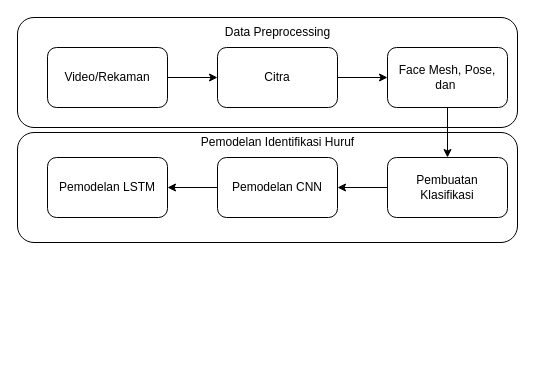
This is metodologi-thesis-v2.drawio from DaffaMage/daffa-diagrams, a draw.io file, before an edit. Source tidied: cells renumbered, new cells numbered last; positions are measured from the earlier drawing's top-left corner, leaving out a move shared by most shapes. Both pictures are drawn from the tidied source at 100%, with x=0, y=0 at pixel (17, 17).
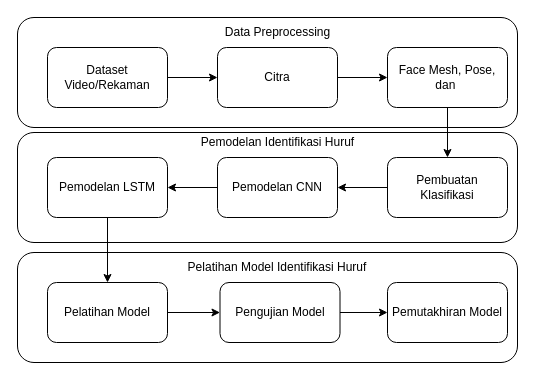
The same diagram, later.

The change refers to these unchanged cells:
```xml
<mxCell id="14" value="Pemodelan LSTM" style="rounded=1;whiteSpace=wrap;html=1;" parent="1" vertex="1">
  <mxGeometry x="30" y="140" width="120" height="60" as="geometry" />
</mxCell>
```

Change to the diagram source:
```diff
@@
+    <mxCell id="17" style="rounded=1;whiteSpace=wrap;html=1;" parent="1" vertex="1">
+      <mxGeometry y="235" width="500" height="110" as="geometry" />
+    </mxCell>
@@
-    <mxCell id="5" value="Video/Rekaman" style="rounded=1;whiteSpace=wrap;html=1;" parent="1" vertex="1">
+    <mxCell id="5" value="Dataset Video/Rekaman" style="rounded=1;whiteSpace=wrap;html=1;" parent="1" vertex="1">
       <mxGeometry x="30" y="30" width="120" height="60" as="geometry" />
     </mxCell>
@@
+    <mxCell id="18" style="edgeStyle=orthogonalEdgeStyle;rounded=0;jettySize=auto;html=1;" parent="1" edge="1" source="14" target="20">
+      <mxGeometry relative="1" as="geometry" />
+    </mxCell>
@@
+    <mxCell id="19" style="edgeStyle=orthogonalEdgeStyle;rounded=0;jettySize=auto;html=1;" parent="1" edge="1" source="20" target="23">
+      <mxGeometry relative="1" as="geometry" />
+    </mxCell>
+    <mxCell id="20" value="Pelatihan Model" style="rounded=1;whiteSpace=wrap;html=1;" parent="1" vertex="1">
+      <mxGeometry x="30" y="265" width="120" height="60" as="geometry" />
+    </mxCell>
+    <mxCell id="21" value="Pelatihan Model Identifikasi Huruf" style="text;html=1;strokeColor=none;fillColor=none;align=center;verticalAlign=middle;whiteSpace=wrap;rounded=0;" parent="1" vertex="1">
+      <mxGeometry x="166.9" y="235" width="186.2" height="30" as="geometry" />
+    </mxCell>
+    <mxCell id="22" style="edgeStyle=orthogonalEdgeStyle;rounded=0;jettySize=auto;html=1;" parent="1" edge="1" source="23" target="24">
+      <mxGeometry relative="1" as="geometry" />
+    </mxCell>
+    <mxCell id="23" value="Pengujian Model" style="rounded=1;whiteSpace=wrap;html=1;" parent="1" vertex="1">
+      <mxGeometry x="202.5" y="265" width="120" height="60" as="geometry" />
+    </mxCell>
+    <mxCell id="24" value="Pemutakhiran Model" style="rounded=1;whiteSpace=wrap;html=1;" parent="1" vertex="1">
+      <mxGeometry x="370" y="265" width="120" height="60" as="geometry" />
+    </mxCell>
```
